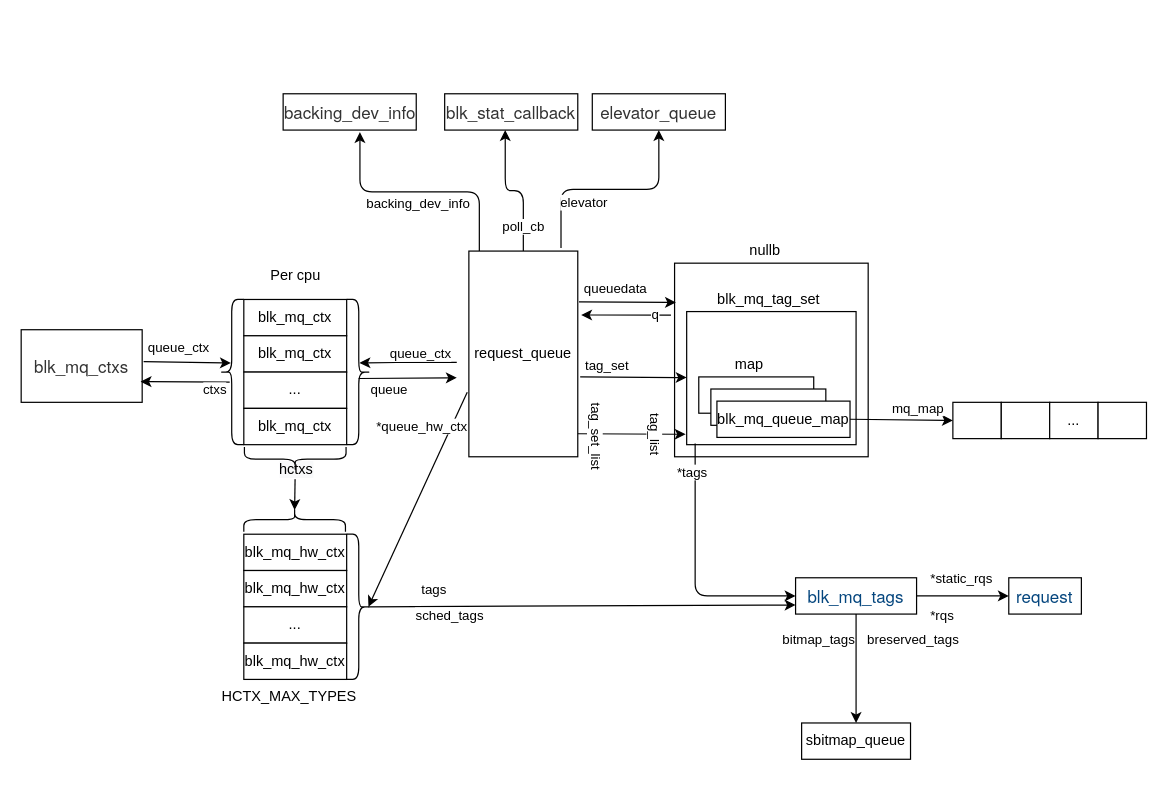
jasonactions/graph keeps this draw.io diagram as block.drawio. Above is the earlier version. Source tidied: cells renumbered, new cells numbered last; positions are measured from the earlier drawing's top-left corner, leaving out a move shared by most shapes. Both pictures are drawn from the tidied source at 121%, with x=0, y=0 at pixel (21, 93).
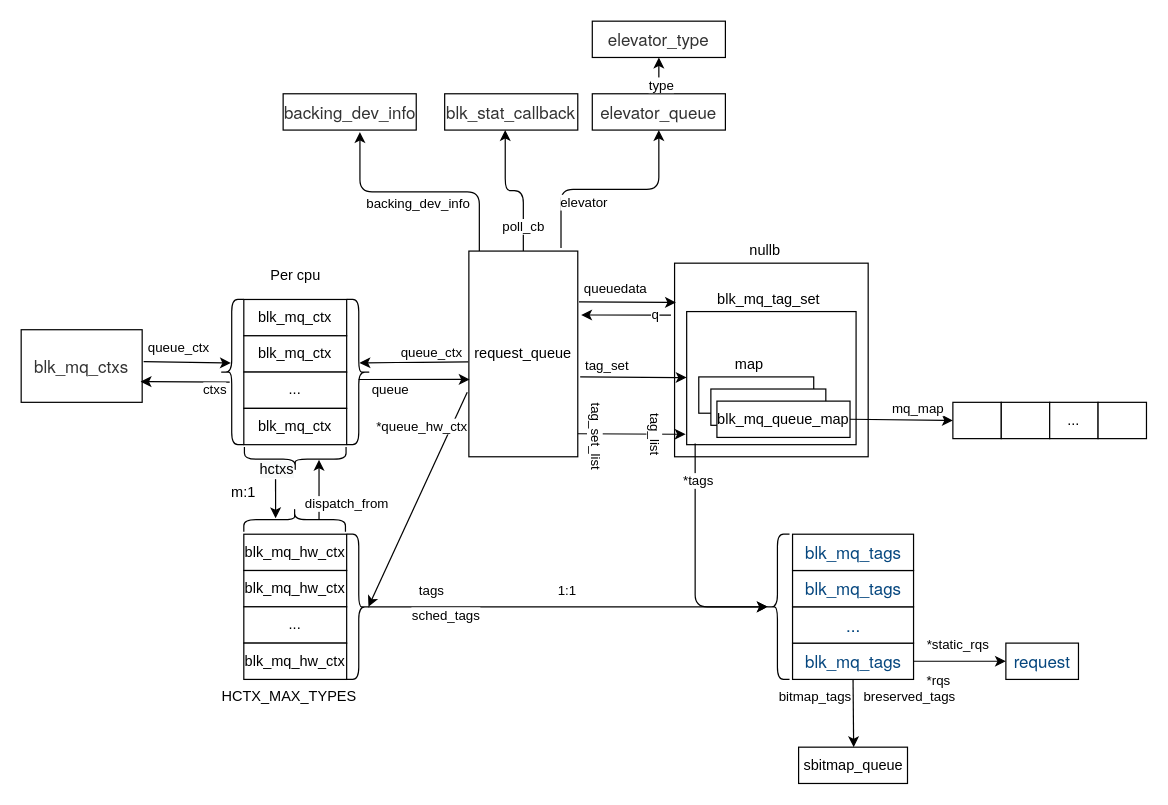
The same page after the edit.

Unchanged cells that the change refers to:
```xml
<mxCell id="6" style="rounded=0;whiteSpace=wrap;html=1;" parent="1" vertex="1">
  <mxGeometry x="550" y="180" width="140" height="110" as="geometry" />
</mxCell>
<mxCell id="27" value="request_queue" style="rounded=0;whiteSpace=wrap;html=1;" parent="1" vertex="1">
  <mxGeometry x="370" y="130" width="90" height="170" as="geometry" />
</mxCell>
<mxCell id="40" style="shape=curlyBracket;whiteSpace=wrap;html=1;rounded=1;rotation=-180;" parent="1" vertex="1">
  <mxGeometry x="269" y="364" width="20" height="120" as="geometry" />
</mxCell>
<mxCell id="47" style="shape=curlyBracket;whiteSpace=wrap;html=1;rounded=1;rotation=-180;" parent="1" vertex="1">
  <mxGeometry x="269" y="170" width="20" height="120" as="geometry" />
</mxCell>
<mxCell id="48" style="shape=curlyBracket;whiteSpace=wrap;html=1;rounded=1;rotation=90;" parent="1" vertex="1">
  <mxGeometry x="216" y="310" width="20" height="84" as="geometry" />
</mxCell>
<mxCell id="51" style="shape=curlyBracket;whiteSpace=wrap;html=1;rounded=1;rotation=-90;" parent="1" vertex="1">
  <mxGeometry x="216.5" y="260" width="20" height="84" as="geometry" />
</mxCell>
<mxCell id="69" value="&lt;font color=&quot;#333333&quot; face=&quot;helvetica neue, helvetica, arial, pingfang sc, hiragino sans gb, wenquanyi micro hei, microsoft yahei, sans-serif&quot;&gt;&lt;span style=&quot;font-size: 14px&quot;&gt;elevator_queue&lt;/span&gt;&lt;/font&gt;" style="rounded=0;whiteSpace=wrap;html=1;" parent="1" vertex="1">
  <mxGeometry x="472" width="110" height="30" as="geometry" />
</mxCell>
```

Change to the diagram source:
```diff
@@
     <mxCell id="3" value="&lt;font color=&quot;#05467e&quot; face=&quot;helvetica neue, helvetica, arial, pingfang sc, hiragino sans gb, wenquanyi micro hei, microsoft yahei, sans-serif&quot;&gt;&lt;span style=&quot;font-size: 14px&quot;&gt;blk_mq_tags&lt;/span&gt;&lt;/font&gt;" style="rounded=0;whiteSpace=wrap;html=1;" parent="1" vertex="1">
-      <mxGeometry x="640" y="400" width="100" height="30" as="geometry" />
+      <mxGeometry x="637.5" y="454" width="100" height="30" as="geometry" />
     </mxCell>
@@
     <mxCell id="19" value="&lt;font color=&quot;#05467e&quot; face=&quot;helvetica neue, helvetica, arial, pingfang sc, hiragino sans gb, wenquanyi micro hei, microsoft yahei, sans-serif&quot;&gt;&lt;span style=&quot;font-size: 14px&quot;&gt;request&lt;/span&gt;&lt;/font&gt;" style="rounded=0;whiteSpace=wrap;html=1;" parent="1" vertex="1">
-      <mxGeometry x="816.2" y="400" width="60" height="30" as="geometry" />
+      <mxGeometry x="813.8" y="454" width="60" height="30" as="geometry" />
     </mxCell>
@@
     <mxCell id="22" value="*rqs" style="edgeLabel;html=1;align=center;verticalAlign=middle;" parent="1" vertex="1">
-      <mxGeometry x="760" y="430" as="geometry" />
+      <mxGeometry x="757.5" y="484" as="geometry" />
     </mxCell>
     <mxCell id="23" value="sbitmap_queue" style="rounded=0;whiteSpace=wrap;html=1;" parent="1" vertex="1">
-      <mxGeometry x="645" y="520" width="90" height="30" as="geometry" />
+      <mxGeometry x="642.5" y="540" width="90" height="30" as="geometry" />
     </mxCell>
     <mxCell id="24" style="endArrow=classic;html=1;" parent="1" edge="1">
       <mxGeometry relative="1" as="geometry">
-        <mxPoint x="690" y="430" as="sourcePoint" />
-        <mxPoint x="690" y="520" as="targetPoint" />
+        <mxPoint x="687.5" y="484" as="sourcePoint" />
+        <mxPoint x="688" y="540" as="targetPoint" />
       </mxGeometry>
     </mxCell>
@@
-    <mxCell id="45" style="endArrow=classic;html=1;entryX=0.471;entryY=0.797;entryDx=0;entryDy=0;entryPerimeter=0;" parent="1" edge="1">
+    <mxCell id="45" style="endArrow=classic;html=1;entryX=0.471;entryY=0.797;entryDx=0;entryDy=0;entryPerimeter=0;exitX=-0.006;exitY=0.539;exitDx=0;exitDy=0;exitPerimeter=0;" parent="1" edge="1" source="27">
       <mxGeometry relative="1" as="geometry">
-        <mxPoint x="360" y="222" as="sourcePoint" />
         <mxPoint x="279.6" y="222.4" as="targetPoint" />
         <Array as="points">
           <mxPoint x="320" y="222" />
         </Array>
       </mxGeometry>
     </mxCell>
@@
-    <mxCell id="49" style="endArrow=classic;html=1;entryX=0.1;entryY=0.5;entryDx=0;entryDy=0;entryPerimeter=0;exitX=0.1;exitY=0.5;exitDx=0;exitDy=0;exitPerimeter=0;" parent="1" edge="1" source="51" target="48">
+    <mxCell id="49" style="endArrow=classic;html=1;entryX=0.442;entryY=0.687;entryDx=0;entryDy=0;entryPerimeter=0;exitX=0.43;exitY=0.306;exitDx=0;exitDy=0;exitPerimeter=0;" parent="1" edge="1" source="51" target="48">
       <mxGeometry relative="1" as="geometry" />
     </mxCell>
     <mxCell id="50" value="&lt;span style=&quot;font-size: 12px ; text-align: left ; background-color: rgb(248 , 249 , 250)&quot;&gt;hctxs&lt;/span&gt;" style="edgeLabel;html=1;align=center;verticalAlign=middle;" parent="49" vertex="1">
       <mxGeometry x="-0.72" relative="1" as="geometry">
-        <mxPoint x="0.1" y="-4.8" as="offset" />
+        <mxPoint x="0.1" y="-0.1" as="offset" />
       </mxGeometry>
     </mxCell>
@@
-    <mxCell id="52" style="endArrow=classic;html=1;exitX=0.505;exitY=0.182;exitDx=0;exitDy=0;exitPerimeter=0;entryX=0;entryY=0.75;entryDx=0;entryDy=0;" parent="1" edge="1">
-      <mxGeometry relative="1" as="geometry">
-        <mxPoint x="278.9" y="235.3" as="sourcePoint" />
-        <mxPoint x="360" y="234.7" as="targetPoint" />
-      </mxGeometry>
+    <mxCell id="52" style="endArrow=classic;html=1;exitX=0.505;exitY=0.449;exitDx=0;exitDy=0;exitPerimeter=0;entryX=0.007;entryY=0.624;entryDx=0;entryDy=0;entryPerimeter=0;" parent="1" edge="1" source="47" target="27">
+      <mxGeometry relative="1" as="geometry" />
     </mxCell>
@@
-    <mxCell id="64" style="edgeStyle=elbowEdgeStyle;elbow=vertical;endArrow=classic;html=1;exitX=0.05;exitY=0.992;exitDx=0;exitDy=0;exitPerimeter=0;entryX=0;entryY=0.5;entryDx=0;entryDy=0;" parent="1" edge="1" source="6" target="3">
+    <mxCell id="64" style="edgeStyle=elbowEdgeStyle;elbow=vertical;endArrow=classic;html=1;exitX=0.05;exitY=0.992;exitDx=0;exitDy=0;exitPerimeter=0;entryX=0.1;entryY=0.5;entryDx=0;entryDy=0;entryPerimeter=0;" parent="1" edge="1" source="6" target="86">
       <mxGeometry relative="1" as="geometry">
         <Array as="points">
-          <mxPoint x="600" y="415" />
+          <mxPoint x="590" y="424" />
         </Array>
       </mxGeometry>
     </mxCell>
     <mxCell id="65" value="*tags&amp;nbsp;" style="edgeLabel;html=1;align=center;verticalAlign=middle;" parent="64" vertex="1">
-      <mxGeometry x="-0.78" y="-2" relative="1" as="geometry" />
+      <mxGeometry x="-0.78" y="-2" relative="1" as="geometry">
+        <mxPoint x="5" y="9.2" as="offset" />
+      </mxGeometry>
     </mxCell>
-    <mxCell id="66" style="endArrow=classic;html=1;exitX=0.1;exitY=0.5;exitDx=0;exitDy=0;exitPerimeter=0;entryX=0;entryY=0.75;entryDx=0;entryDy=0;" parent="1" edge="1" source="40" target="3">
+    <mxCell id="66" style="endArrow=classic;html=1;exitX=0.1;exitY=0.5;exitDx=0;exitDy=0;exitPerimeter=0;entryX=0.1;entryY=0.5;entryDx=0;entryDy=0;entryPerimeter=0;" parent="1" edge="1" source="40" target="86">
       <mxGeometry relative="1" as="geometry" />
     </mxCell>
@@
+    <mxCell id="77" value="1:1" style="edgeLabel;html=1;align=center;verticalAlign=middle;" parent="66" vertex="1">
+      <mxGeometry x="0.12" relative="1" as="geometry">
+        <mxPoint x="-21.2" y="-14" as="offset" />
+      </mxGeometry>
+    </mxCell>
@@
+    <mxCell id="78" value="&lt;font color=&quot;#333333&quot; face=&quot;helvetica neue, helvetica, arial, pingfang sc, hiragino sans gb, wenquanyi micro hei, microsoft yahei, sans-serif&quot;&gt;&lt;span style=&quot;font-size: 14px&quot;&gt;elevator_type&lt;/span&gt;&lt;/font&gt;" style="rounded=0;whiteSpace=wrap;html=1;" parent="1" vertex="1">
+      <mxGeometry x="472" y="-60" width="110" height="30" as="geometry" />
+    </mxCell>
+    <mxCell id="79" style="endArrow=classic;html=1;exitX=0.5;exitY=0;exitDx=0;exitDy=0;entryX=0.5;entryY=1;entryDx=0;entryDy=0;" parent="1" edge="1" source="69" target="78">
+      <mxGeometry relative="1" as="geometry" />
+    </mxCell>
+    <mxCell id="80" value="type" style="edgeLabel;html=1;align=center;verticalAlign=middle;" parent="79" vertex="1">
+      <mxGeometry x="-0.46" y="-1" relative="1" as="geometry" />
+    </mxCell>
+    <mxCell id="81" style="endArrow=classic;html=1;exitX=0.483;exitY=0.26;exitDx=0;exitDy=0;exitPerimeter=0;entryX=0.475;entryY=0.734;entryDx=0;entryDy=0;entryPerimeter=0;" parent="1" edge="1" source="48" target="51">
+      <mxGeometry relative="1" as="geometry" />
+    </mxCell>
+    <mxCell id="82" value="dispatch_from" style="edgeLabel;html=1;align=center;verticalAlign=middle;" parent="81" vertex="1">
+      <mxGeometry x="-0.46" y="-2" relative="1" as="geometry">
+        <mxPoint x="20.8" as="offset" />
+      </mxGeometry>
+    </mxCell>
+    <mxCell id="83" value="&lt;font color=&quot;#05467e&quot; face=&quot;helvetica neue, helvetica, arial, pingfang sc, hiragino sans gb, wenquanyi micro hei, microsoft yahei, sans-serif&quot;&gt;&lt;span style=&quot;font-size: 14px&quot;&gt;...&lt;/span&gt;&lt;/font&gt;" style="rounded=0;whiteSpace=wrap;html=1;" parent="1" vertex="1">
+      <mxGeometry x="637.5" y="424" width="100" height="30" as="geometry" />
+    </mxCell>
+    <mxCell id="84" value="&lt;font color=&quot;#05467e&quot; face=&quot;helvetica neue, helvetica, arial, pingfang sc, hiragino sans gb, wenquanyi micro hei, microsoft yahei, sans-serif&quot;&gt;&lt;span style=&quot;font-size: 14px&quot;&gt;blk_mq_tags&lt;/span&gt;&lt;/font&gt;" style="rounded=0;whiteSpace=wrap;html=1;" parent="1" vertex="1">
+      <mxGeometry x="637.5" y="394" width="100" height="30" as="geometry" />
+    </mxCell>
+    <mxCell id="85" value="&lt;font color=&quot;#05467e&quot; face=&quot;helvetica neue, helvetica, arial, pingfang sc, hiragino sans gb, wenquanyi micro hei, microsoft yahei, sans-serif&quot;&gt;&lt;span style=&quot;font-size: 14px&quot;&gt;blk_mq_tags&lt;/span&gt;&lt;/font&gt;" style="rounded=0;whiteSpace=wrap;html=1;" parent="1" vertex="1">
+      <mxGeometry x="637.5" y="364" width="100" height="30" as="geometry" />
+    </mxCell>
+    <mxCell id="86" style="shape=curlyBracket;whiteSpace=wrap;html=1;rounded=1;" parent="1" vertex="1">
+      <mxGeometry x="615" y="364" width="20" height="120" as="geometry" />
+    </mxCell>
+    <mxCell id="87" value="m:1" style="text;html=1;strokeColor=none;fillColor=none;align=center;verticalAlign=middle;whiteSpace=wrap;rounded=0;" parent="1" vertex="1">
+      <mxGeometry x="164" y="320" width="40" height="20" as="geometry" />
+    </mxCell>
```
